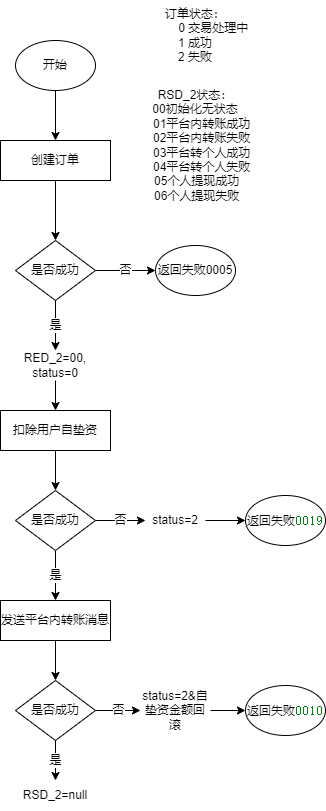
Above: 厦门国际代付订单状态流转.drawio.png in songyibo2019/mydiagrams (draw.io), before the change. Source tidied: cells renumbered, new cells last; positions are measured from the earlier drawing's top-left corner, leaving out a move shared by most shapes.
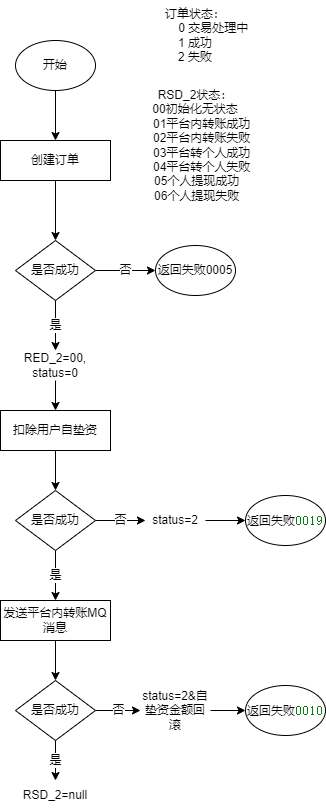
Above is the later version.

Commit message:
Update 厦门国际代付订单状态流转.drawio.png

Diff of the diagram source:
```diff
@@ -55,7 +55,7 @@
     <mxCell id="18" style="edgeStyle=orthogonalEdgeStyle;rounded=0;jettySize=auto;html=1;exitX=0.5;exitY=1;exitDx=0;exitDy=0;entryX=0.5;entryY=0;entryDx=0;entryDy=0;fontSize=10;" parent="1" edge="1" source="19" target="26">
       <mxGeometry relative="1" as="geometry" />
     </mxCell>
-    <mxCell id="19" value="发送平台内转账消息" style="rounded=0;whiteSpace=wrap;html=1;" parent="1" vertex="1">
+    <mxCell id="19" value="发送平台内转账MQ消息" style="rounded=0;whiteSpace=wrap;html=1;" parent="1" vertex="1">
       <mxGeometry y="600" width="110" height="40" as="geometry" />
     </mxCell>
     <mxCell id="20" style="edgeStyle=orthogonalEdgeStyle;rounded=0;jettySize=auto;html=1;exitX=1;exitY=0.5;exitDx=0;exitDy=0;entryX=0;entryY=0.5;entryDx=0;entryDy=0;fontSize=10;" parent="1" edge="1" source="21" target="17">
```
